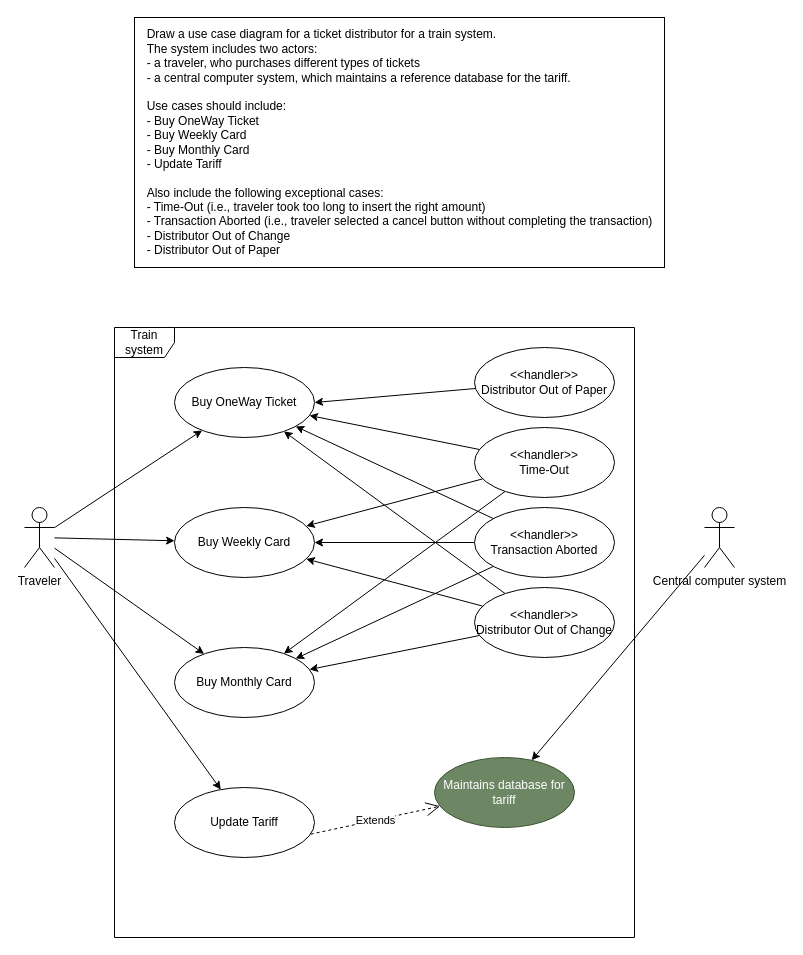
Before: diagram.drawio in LysetsDal/BDSA_A2, a draw.io diagram. Source tidied: cells renumbered, new cells numbered last; positions are measured from the earlier drawing's top-left corner, leaving out a move shared by most shapes. Both pictures are drawn from the tidied source at 100%, with x=0, y=0 at pixel (24, 17).
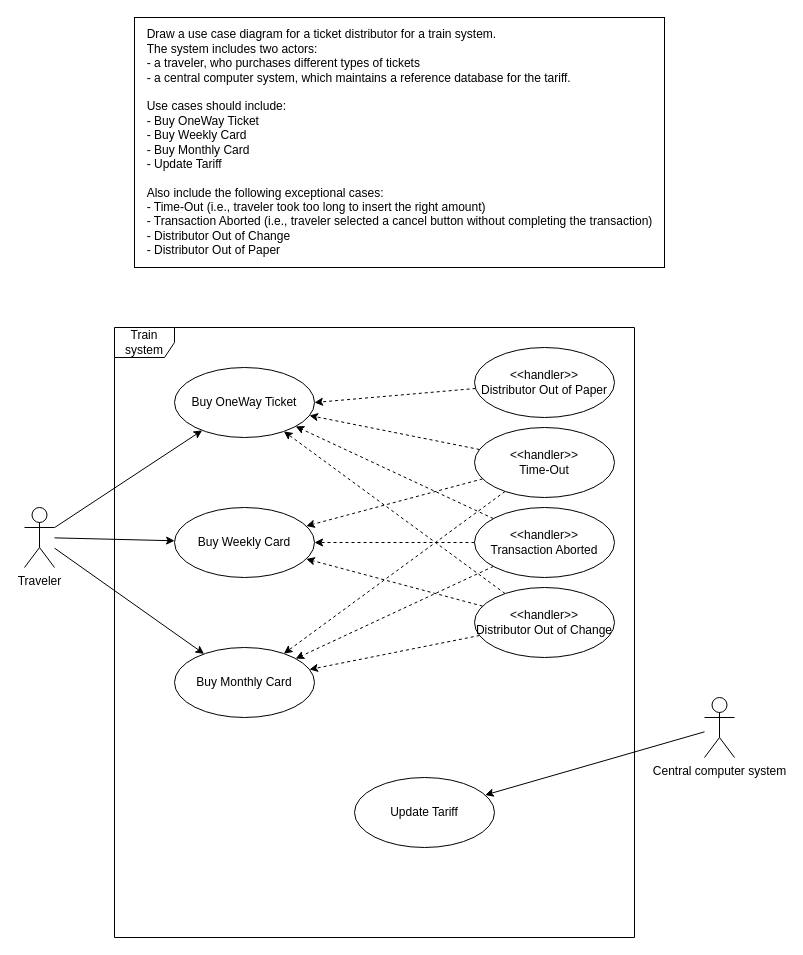
The same diagram, later.

The change refers to these unchanged cells:
```xml
<mxCell id="6" value="Traveler" style="shape=umlActor;verticalLabelPosition=bottom;verticalAlign=top;html=1;" parent="1" vertex="1">
  <mxGeometry y="490" width="30" height="60" as="geometry" />
</mxCell>
<mxCell id="10" value="&lt;span&gt;&lt;/span&gt;&lt;span&gt;&lt;/span&gt;&lt;span&gt;Buy OneWay Ticket&lt;/span&gt;" style="ellipse;whiteSpace=wrap;html=1;" parent="1" vertex="1">
  <mxGeometry x="150" y="350" width="140" height="70" as="geometry" />
</mxCell>
<mxCell id="11" value="&lt;span&gt;&lt;/span&gt;&lt;span&gt;&lt;/span&gt;&lt;span&gt;Buy Weekly Card&lt;/span&gt;" style="ellipse;whiteSpace=wrap;html=1;" parent="1" vertex="1">
  <mxGeometry x="150" y="490" width="140" height="70" as="geometry" />
</mxCell>
<mxCell id="12" value="&lt;span&gt;&lt;/span&gt;&lt;span&gt;&lt;/span&gt;&lt;span&gt;Buy Monthly Card&lt;/span&gt;" style="ellipse;whiteSpace=wrap;html=1;" parent="1" vertex="1">
  <mxGeometry x="150" y="630" width="140" height="70" as="geometry" />
</mxCell>
<mxCell id="20" value="&amp;lt;&amp;lt;handler&amp;gt;&amp;gt;&lt;br&gt;Time-Out" style="ellipse;whiteSpace=wrap;html=1;" parent="1" vertex="1">
  <mxGeometry x="450" y="410" width="140" height="70" as="geometry" />
</mxCell>
<mxCell id="24" value="&amp;lt;&amp;lt;handler&amp;gt;&amp;gt;&lt;br&gt;Transaction Aborted" style="ellipse;whiteSpace=wrap;html=1;" parent="1" vertex="1">
  <mxGeometry x="450" y="490" width="140" height="70" as="geometry" />
</mxCell>
<mxCell id="28" value="&amp;lt;&amp;lt;handler&amp;gt;&amp;gt;&lt;br&gt;&lt;span style=&quot;text-align: left&quot;&gt;Distributor Out of Change&lt;/span&gt;" style="ellipse;whiteSpace=wrap;html=1;" parent="1" vertex="1">
  <mxGeometry x="450" y="570" width="140" height="70" as="geometry" />
</mxCell>
<mxCell id="30" value="&amp;lt;&amp;lt;handler&amp;gt;&amp;gt;&lt;br&gt;&lt;span style=&quot;text-align: left&quot;&gt;Distributor Out of Paper&lt;/span&gt;" style="ellipse;whiteSpace=wrap;html=1;" parent="1" vertex="1">
  <mxGeometry x="450" y="330" width="140" height="70" as="geometry" />
</mxCell>
```

What changed in the source:
```diff
@@
-    <mxCell id="5" style="edgeStyle=none;html=1;" parent="1" edge="1" source="6" target="13">
-      <mxGeometry relative="1" as="geometry" />
-    </mxCell>
@@
-    <mxCell id="7" style="edgeStyle=none;html=1;" parent="1" edge="1" source="8" target="14">
-      <mxGeometry relative="1" as="geometry" />
-    </mxCell>
+    <mxCell id="31" style="edgeStyle=none;html=1;" parent="1" edge="1" source="8" target="13">
+      <mxGeometry relative="1" as="geometry" />
+    </mxCell>
     <mxCell id="8" value="&lt;span&gt;&lt;/span&gt;&lt;span&gt;&lt;/span&gt;&lt;span&gt;Central computer system&lt;/span&gt;" style="shape=umlActor;verticalLabelPosition=bottom;verticalAlign=top;html=1;" parent="1" vertex="1">
-      <mxGeometry x="680" y="490" width="30" height="60" as="geometry" />
+      <mxGeometry x="680" y="680" width="30" height="60" as="geometry" />
     </mxCell>
@@
     <mxCell id="13" value="&lt;span&gt;&lt;/span&gt;&lt;span&gt;&lt;/span&gt;&lt;span&gt;Update Tariff&lt;/span&gt;" style="ellipse;whiteSpace=wrap;html=1;" parent="1" vertex="1">
-      <mxGeometry x="150" y="770" width="140" height="70" as="geometry" />
+      <mxGeometry x="330" y="760" width="140" height="70" as="geometry" />
     </mxCell>
-    <mxCell id="14" value="Maintains database for tariff" style="ellipse;whiteSpace=wrap;html=1;fillColor=#6d8764;strokeColor=#3A5431;fontColor=#ffffff;" parent="1" vertex="1">
-      <mxGeometry x="410" y="740" width="140" height="70" as="geometry" />
-    </mxCell>
@@
-    <mxCell id="16" value="Extends" style="endArrow=open;endSize=12;dashed=1;html=1;exitX=0.973;exitY=0.667;exitDx=0;exitDy=0;exitPerimeter=0;" parent="1" edge="1" source="13" target="14">
-      <mxGeometry relative="1" as="geometry" />
-    </mxCell>
-    <mxCell id="17" style="edgeStyle=none;html=1;" parent="1" edge="1" source="20" target="10">
+    <mxCell id="17" style="edgeStyle=none;html=1;dashed=1;" parent="1" edge="1" source="20" target="10">
       <mxGeometry relative="1" as="geometry" />
     </mxCell>
-    <mxCell id="18" style="edgeStyle=none;html=1;" parent="1" edge="1" source="20" target="11">
+    <mxCell id="18" style="edgeStyle=none;html=1;dashed=1;" parent="1" edge="1" source="20" target="11">
       <mxGeometry relative="1" as="geometry" />
     </mxCell>
-    <mxCell id="19" style="edgeStyle=none;html=1;" parent="1" edge="1" source="20" target="12">
+    <mxCell id="19" style="edgeStyle=none;html=1;dashed=1;" parent="1" edge="1" source="20" target="12">
       <mxGeometry relative="1" as="geometry" />
     </mxCell>
@@
-    <mxCell id="21" style="edgeStyle=none;html=1;" parent="1" edge="1" source="24" target="10">
+    <mxCell id="21" style="edgeStyle=none;html=1;dashed=1;" parent="1" edge="1" source="24" target="10">
       <mxGeometry relative="1" as="geometry" />
     </mxCell>
-    <mxCell id="22" style="edgeStyle=none;html=1;" parent="1" edge="1" source="24" target="11">
+    <mxCell id="22" style="edgeStyle=none;html=1;dashed=1;" parent="1" edge="1" source="24" target="11">
       <mxGeometry relative="1" as="geometry" />
     </mxCell>
-    <mxCell id="23" style="edgeStyle=none;html=1;" parent="1" edge="1" source="24" target="12">
+    <mxCell id="23" style="edgeStyle=none;html=1;dashed=1;" parent="1" edge="1" source="24" target="12">
       <mxGeometry relative="1" as="geometry" />
     </mxCell>
@@
-    <mxCell id="25" style="edgeStyle=none;html=1;" parent="1" edge="1" source="28" target="11">
+    <mxCell id="25" style="edgeStyle=none;html=1;dashed=1;" parent="1" edge="1" source="28" target="11">
       <mxGeometry relative="1" as="geometry" />
     </mxCell>
-    <mxCell id="26" style="edgeStyle=none;html=1;" parent="1" edge="1" source="28" target="10">
+    <mxCell id="26" style="edgeStyle=none;html=1;dashed=1;" parent="1" edge="1" source="28" target="10">
       <mxGeometry relative="1" as="geometry" />
     </mxCell>
-    <mxCell id="27" style="edgeStyle=none;html=1;" parent="1" edge="1" source="28" target="12">
+    <mxCell id="27" style="edgeStyle=none;html=1;dashed=1;" parent="1" edge="1" source="28" target="12">
       <mxGeometry relative="1" as="geometry" />
     </mxCell>
@@
-    <mxCell id="29" style="edgeStyle=none;html=1;entryX=1;entryY=0.5;entryDx=0;entryDy=0;" parent="1" edge="1" source="30" target="10">
+    <mxCell id="29" style="edgeStyle=none;html=1;entryX=1;entryY=0.5;entryDx=0;entryDy=0;dashed=1;" parent="1" edge="1" source="30" target="10">
       <mxGeometry relative="1" as="geometry" />
     </mxCell>
```
